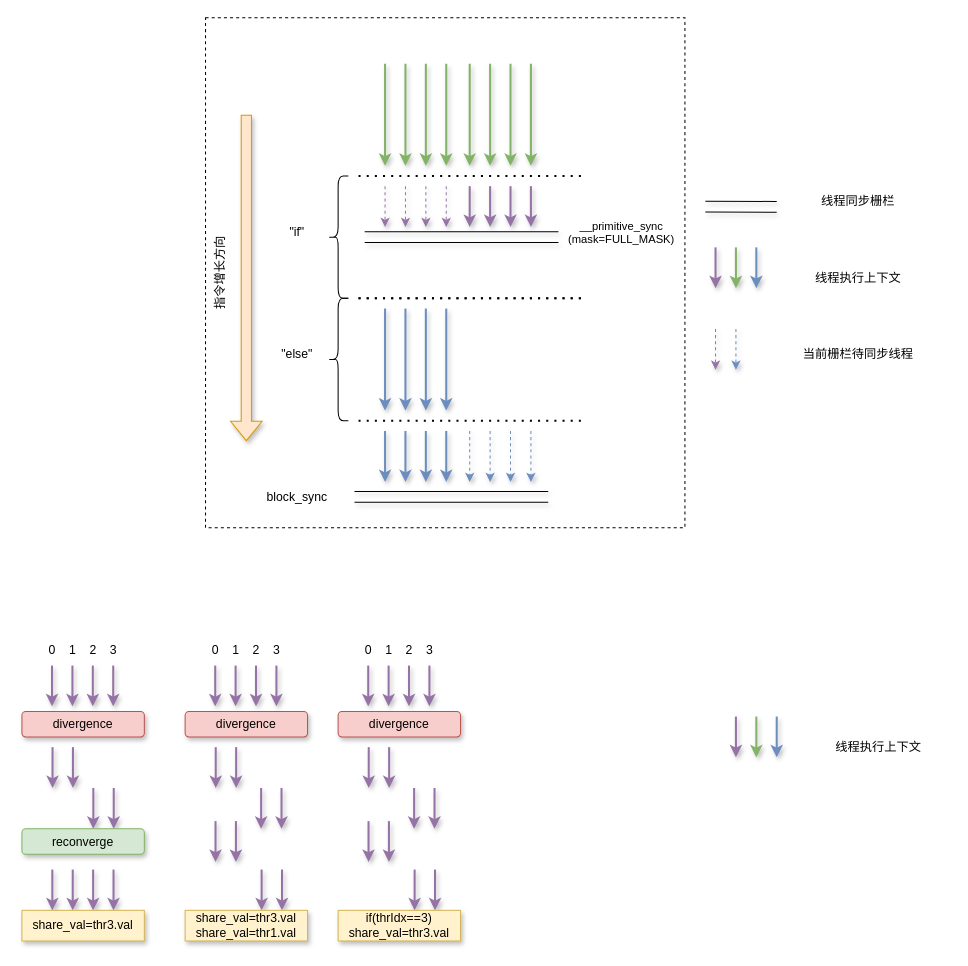
spaceboy202105/img keeps this draw.io diagram as warp-divergence.drawio. Above is the earlier version. Source tidied: cells renumbered, new cells numbered last; positions are measured from the earlier drawing's top-left corner, leaving out a move shared by most shapes. Both pictures are drawn from the tidied source at 102%, with x=0, y=0 at pixel (21, 17).
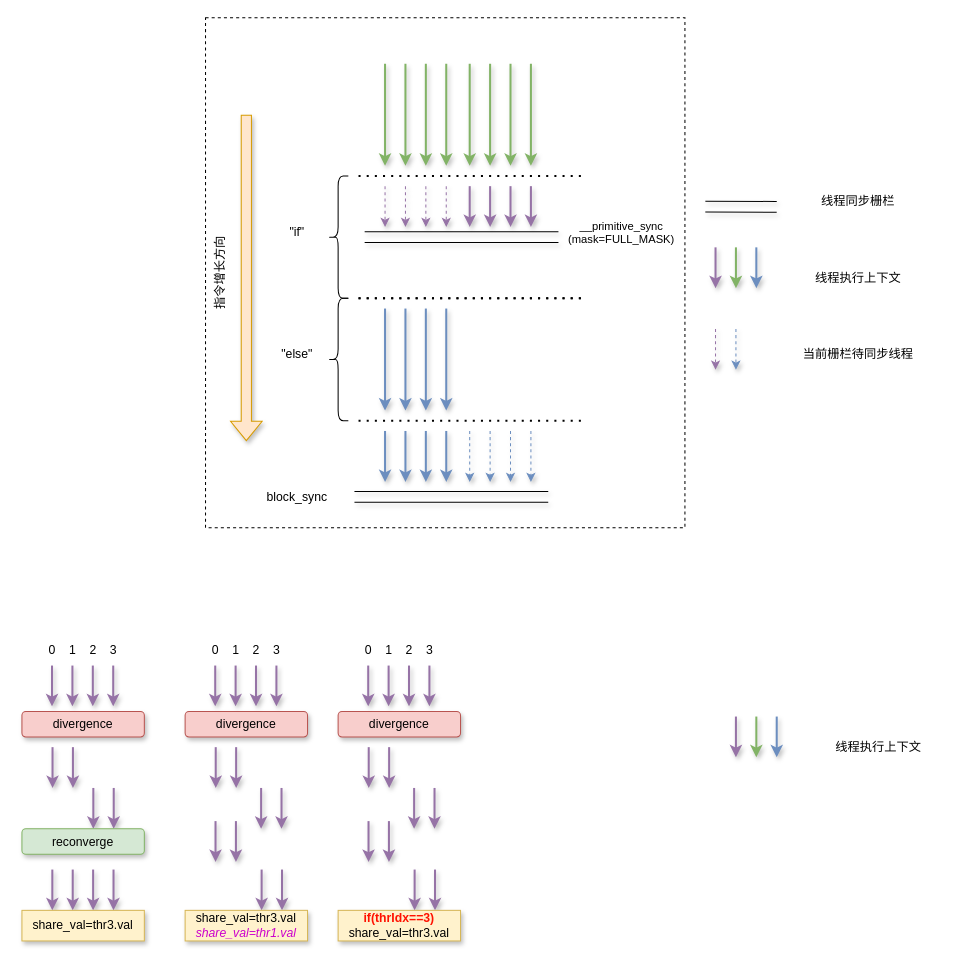
The same page after the edit.

The edit, as a diff of the source:
```diff
@@
-    <mxCell id="86" value="share_val=thr3.val&lt;div&gt;share_val=thr1.val&lt;/div&gt;" style="rounded=0;whiteSpace=wrap;html=1;shadow=1;fillColor=#fff2cc;strokeColor=#d6b656;" parent="1" vertex="1">
+    <mxCell id="86" value="share_val=thr3.val&lt;div&gt;&lt;font color=&quot;#cc00cc&quot;&gt;&lt;i&gt;share_val=thr1.val&lt;/i&gt;&lt;/font&gt;&lt;/div&gt;" style="rounded=0;whiteSpace=wrap;html=1;shadow=1;fillColor=#fff2cc;strokeColor=#d6b656;" parent="1" vertex="1">
       <mxGeometry x="160" y="875" width="120" height="30" as="geometry" />
     </mxCell>
@@
-    <mxCell id="102" value="&lt;div&gt;if(thrIdx==3)&lt;/div&gt;share_val=thr3.val" style="rounded=0;whiteSpace=wrap;html=1;shadow=1;fillColor=#fff2cc;strokeColor=#d6b656;" parent="1" vertex="1">
+    <mxCell id="102" value="&lt;div&gt;&lt;b&gt;&lt;font color=&quot;#ff1100&quot;&gt;if(thrIdx==3)&lt;/font&gt;&lt;/b&gt;&lt;/div&gt;share_val=thr3.val" style="rounded=0;whiteSpace=wrap;html=1;shadow=1;fillColor=#fff2cc;strokeColor=#d6b656;" parent="1" vertex="1">
       <mxGeometry x="310" y="875" width="120" height="30" as="geometry" />
     </mxCell>
```
